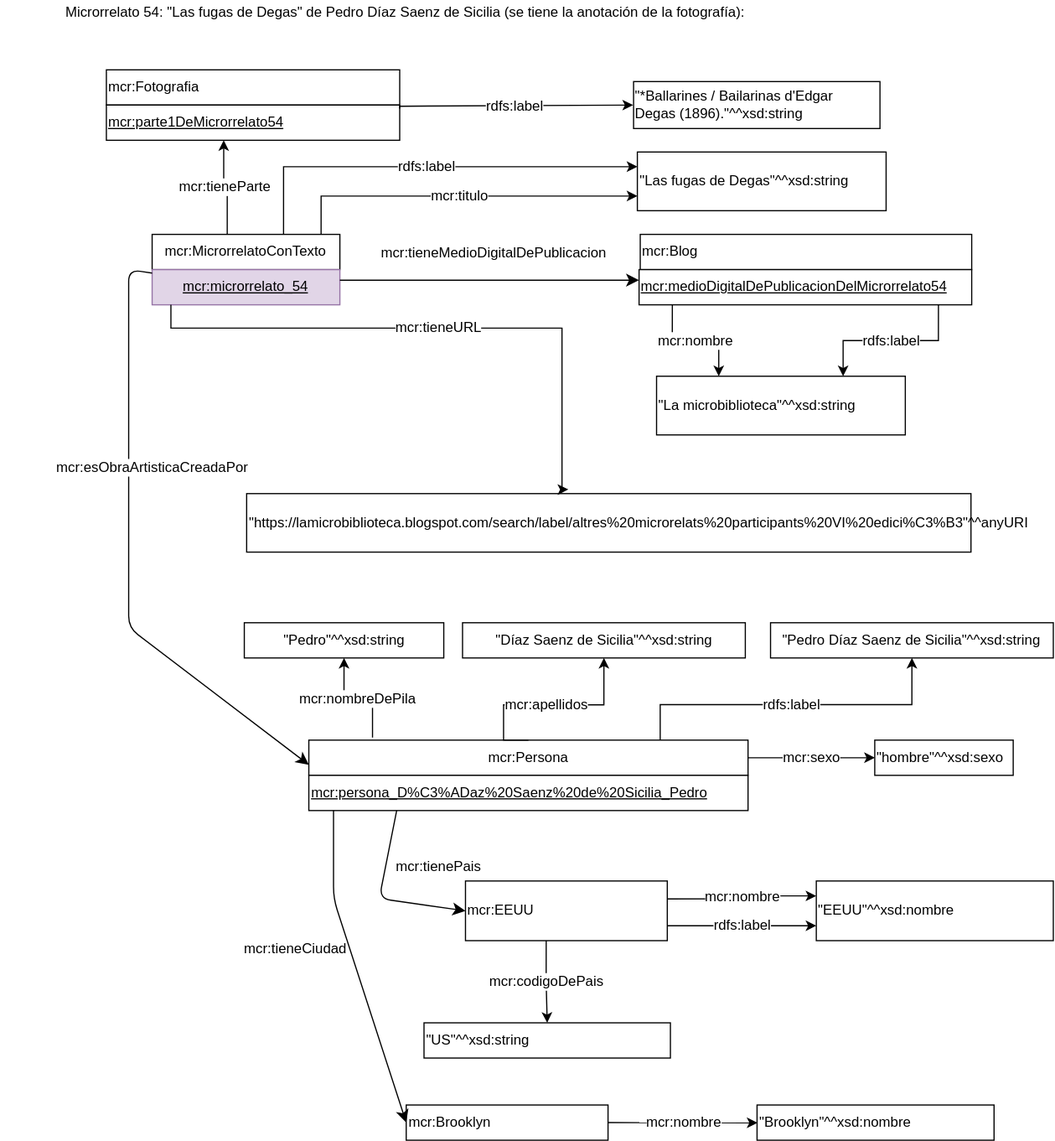
Before: microrrelato_054.svg, a diagram exported from draw.io (marianofl1971/microrrelatos). Source tidied: cells renumbered, new cells last; positions are measured from the earlier drawing's top-left corner, leaving out a move shared by most shapes. Source of this version:
```xml
<mxGraphModel>
  <root>
    <mxCell id="0" />
    <mxCell id="1" parent="0" />
    <mxCell id="2" value="mcr:MicrorrelatoConTexto" style="rounded=0;whiteSpace=wrap;html=1;snapToPoint=1;points=[[0.1,0],[0.2,0],[0.3,0],[0.4,0],[0.5,0],[0.6,0],[0.7,0],[0.8,0],[0.9,0],[0,0.1],[0,0.3],[0,0.5],[0,0.7],[0,0.9],[0.1,1],[0.2,1],[0.3,1],[0.4,1],[0.5,1],[0.6,1],[0.7,1],[0.8,1],[0.9,1],[1,0.1],[1,0.3],[1,0.5],[1,0.7],[1,0.9]];fontSize=12;" parent="1" vertex="1">
      <mxGeometry x="129.1" y="199.2" width="160" height="30" as="geometry" />
    </mxCell>
    <mxCell id="3" value="mcr:microrrelato_54" style="rounded=0;whiteSpace=wrap;html=1;snapToPoint=1;points=[[0.1,0],[0.2,0],[0.3,0],[0.4,0],[0.5,0],[0.6,0],[0.7,0],[0.8,0],[0.9,0],[0,0.1],[0,0.3],[0,0.5],[0,0.7],[0,0.9],[0.1,1],[0.2,1],[0.3,1],[0.4,1],[0.5,1],[0.6,1],[0.7,1],[0.8,1],[0.9,1],[1,0.1],[1,0.3],[1,0.5],[1,0.7],[1,0.9]];fontStyle=4;fontSize=12;fillColor=#e1d5e7;strokeColor=#9673a6;" parent="1" vertex="1">
      <mxGeometry x="129.1" y="229.2" width="160" height="30" as="geometry" />
    </mxCell>
    <mxCell id="4" value="mcr:Persona" style="rounded=0;whiteSpace=wrap;html=1;snapToPoint=1;points=[[0.1,0],[0.2,0],[0.3,0],[0.4,0],[0.5,0],[0.6,0],[0.7,0],[0.8,0],[0.9,0],[0,0.1],[0,0.3],[0,0.5],[0,0.7],[0,0.9],[0.1,1],[0.2,1],[0.3,1],[0.4,1],[0.5,1],[0.6,1],[0.7,1],[0.8,1],[0.9,1],[1,0.1],[1,0.3],[1,0.5],[1,0.7],[1,0.9]];fontSize=12;" parent="1" vertex="1">
      <mxGeometry x="262.6" y="630" width="374.3" height="30" as="geometry" />
    </mxCell>
    <mxCell id="5" value="mcr:persona_D%C3%ADaz%20Saenz%20de%20Sicilia_Pedro" style="rounded=0;whiteSpace=wrap;html=1;snapToPoint=1;points=[[0.1,0],[0.2,0],[0.3,0],[0.4,0],[0.5,0],[0.6,0],[0.7,0],[0.8,0],[0.9,0],[0,0.1],[0,0.3],[0,0.5],[0,0.7],[0,0.9],[0.1,1],[0.2,1],[0.3,1],[0.4,1],[0.5,1],[0.6,1],[0.7,1],[0.8,1],[0.9,1],[1,0.1],[1,0.3],[1,0.5],[1,0.7],[1,0.9]];fontStyle=4;fontSize=12;align=left;" parent="1" vertex="1">
      <mxGeometry x="262.6" y="660" width="374.3" height="30" as="geometry" />
    </mxCell>
    <mxCell id="6" style="endArrow=classic;html=1;exitX=0;exitY=0.1;exitDx=0;exitDy=0;entryX=0;entryY=0.7;entryDx=0;entryDy=0;endSize=8;fontSize=12;" parent="1" edge="1" source="3" target="4">
      <mxGeometry relative="1" as="geometry">
        <Array as="points">
          <mxPoint x="109.1" y="229.2" />
          <mxPoint x="109.1" y="534.2" />
        </Array>
      </mxGeometry>
    </mxCell>
    <mxCell id="7" value="mcr:esObraArtisticaCreadaPor" style="text;html=1;align=center;verticalAlign=middle;labelBackgroundColor=#ffffff;fontSize=12;" parent="6" vertex="1">
      <mxGeometry x="-0.13" relative="1" as="geometry">
        <mxPoint x="19.6" y="-37.2" as="offset" />
      </mxGeometry>
    </mxCell>
    <mxCell id="8" value="&quot;Pedro&quot;^^xsd:string" style="rounded=0;whiteSpace=wrap;html=1;snapToPoint=1;fontSize=12;" parent="1" vertex="1">
      <mxGeometry x="207.6" y="530" width="170" height="30" as="geometry" />
    </mxCell>
    <mxCell id="9" value="&quot;Díaz Saenz de Sicilia&quot;^^xsd:string" style="rounded=0;whiteSpace=wrap;html=1;snapToPoint=1;fontSize=12;" parent="1" vertex="1">
      <mxGeometry x="393.6" y="530" width="241" height="30" as="geometry" />
    </mxCell>
    <mxCell id="10" value="mcr:apellidos" style="edgeStyle=orthogonalEdgeStyle;rounded=0;jettySize=auto;html=1;fontSize=12;entryX=0.5;entryY=1;entryDx=0;entryDy=0;exitX=0.5;exitY=0;exitDx=0;exitDy=0;" parent="1" edge="1" source="4" target="9">
      <mxGeometry relative="1" as="geometry">
        <Array as="points">
          <mxPoint x="428.6" y="600" />
          <mxPoint x="514.6" y="600" />
        </Array>
      </mxGeometry>
    </mxCell>
    <mxCell id="11" value="mcr:&lt;span&gt;Blog&lt;/span&gt;" style="rounded=0;whiteSpace=wrap;html=1;fontSize=12;align=left;" parent="1" vertex="1">
      <mxGeometry x="545.1" y="199.2" width="282.5" height="30" as="geometry" />
    </mxCell>
    <mxCell id="12" style="endArrow=classic;html=1;exitX=1;exitY=0.3;exitDx=0;exitDy=0;entryX=0;entryY=0.3;entryDx=0;entryDy=0;endSize=8;fontSize=12;" parent="1" edge="1" source="3" target="16">
      <mxGeometry relative="1" as="geometry" />
    </mxCell>
    <mxCell id="13" value="mcr:tieneMedioDigitalDePublicacion" style="text;html=1;align=center;verticalAlign=middle;labelBackgroundColor=#ffffff;fontSize=12;" parent="12" vertex="1">
      <mxGeometry x="-0.13" relative="1" as="geometry">
        <mxPoint x="19.6" y="-24" as="offset" />
      </mxGeometry>
    </mxCell>
    <mxCell id="14" value="&quot;hombre&quot;^^xsd:sexo" style="rounded=0;whiteSpace=wrap;html=1;snapToPoint=1;fontSize=12;align=left;" parent="1" vertex="1">
      <mxGeometry x="745" y="630" width="118" height="30" as="geometry" />
    </mxCell>
    <mxCell id="15" value="mcr:sexo" style="edgeStyle=orthogonalEdgeStyle;rounded=0;jettySize=auto;html=1;exitX=1;exitY=0.5;exitDx=0;exitDy=0;fontSize=12;" parent="1" edge="1" source="4" target="14">
      <mxGeometry relative="1" as="geometry" />
    </mxCell>
    <mxCell id="16" value="&lt;u style=&quot;font-size: 12px&quot;&gt;mcr:medioDigitalDePublicacionDelMicrorrelato54&lt;/u&gt;" style="rounded=0;whiteSpace=wrap;html=1;snapToPoint=1;points=[[0.1,0],[0.2,0],[0.3,0],[0.4,0],[0.5,0],[0.6,0],[0.7,0],[0.8,0],[0.9,0],[0,0.1],[0,0.3],[0,0.5],[0,0.7],[0,0.9],[0.1,1],[0.2,1],[0.3,1],[0.4,1],[0.5,1],[0.6,1],[0.7,1],[0.8,1],[0.9,1],[1,0.1],[1,0.3],[1,0.5],[1,0.7],[1,0.9]];fontSize=12;align=left;" parent="1" vertex="1">
      <mxGeometry x="544.1" y="229.2" width="283.5" height="30" as="geometry" />
    </mxCell>
    <mxCell id="17" value="&quot;&lt;a href=&quot;https://lamicrobiblioteca.blogspot.com/search/label/altres%20microrelats%20participants%20VI%20edici%C3%B3&quot; target=&quot;_blank&quot;&gt;https://lamicrobiblioteca.blogspot.com/search/label/altres%20microrelats%20participants%20VI%20edici%C3%B3&lt;/a&gt;&quot;^^anyURI" style="rounded=0;whiteSpace=wrap;html=1;snapToPoint=1;fontSize=12;align=left;fontStyle=0;" parent="1" vertex="1">
      <mxGeometry x="209.6" y="420" width="617.3" height="49.8" as="geometry" />
    </mxCell>
    <mxCell id="18" value="mcr:tieneURL" style="edgeStyle=orthogonalEdgeStyle;rounded=0;jettySize=auto;html=1;exitX=0.1;exitY=1;exitDx=0;exitDy=0;fontSize=12;entryX=0.444;entryY=-0.071;entryDx=0;entryDy=0;entryPerimeter=0;" parent="1" edge="1" source="3" target="17">
      <mxGeometry relative="1" as="geometry">
        <Array as="points">
          <mxPoint x="145.4" y="279" />
          <mxPoint x="478.4" y="279" />
        </Array>
      </mxGeometry>
    </mxCell>
    <mxCell id="19" value="mcr:EEUU" style="rounded=0;whiteSpace=wrap;html=1;snapToPoint=1;points=[[0.1,0],[0.2,0],[0.3,0],[0.4,0],[0.5,0],[0.6,0],[0.7,0],[0.8,0],[0.9,0],[0,0.1],[0,0.3],[0,0.5],[0,0.7],[0,0.9],[0.1,1],[0.2,1],[0.3,1],[0.4,1],[0.5,1],[0.6,1],[0.7,1],[0.8,1],[0.9,1],[1,0.1],[1,0.3],[1,0.5],[1,0.7],[1,0.9]];fontSize=12;align=left;" parent="1" vertex="1">
      <mxGeometry x="396.1" y="750" width="172" height="50.8" as="geometry" />
    </mxCell>
    <mxCell id="20" style="endArrow=classic;html=1;entryX=0;entryY=0.5;entryDx=0;entryDy=0;endSize=8;fontSize=12;exitX=0.2;exitY=1;exitDx=0;exitDy=0;" parent="1" edge="1" source="5" target="19">
      <mxGeometry relative="1" as="geometry">
        <Array as="points">
          <mxPoint x="322.6" y="765" />
        </Array>
      </mxGeometry>
    </mxCell>
    <mxCell id="21" value="mcr:tienePais" style="text;html=1;align=center;verticalAlign=middle;labelBackgroundColor=#ffffff;fontSize=12;" parent="20" vertex="1">
      <mxGeometry x="-0.13" relative="1" as="geometry">
        <mxPoint x="47.3" y="-17.2" as="offset" />
      </mxGeometry>
    </mxCell>
    <mxCell id="22" value="&quot;EEUU&quot;^^xsd:nombre" style="rounded=0;whiteSpace=wrap;html=1;snapToPoint=1;fontSize=12;align=left;" parent="1" vertex="1">
      <mxGeometry x="695.1" y="750" width="202" height="50.8" as="geometry" />
    </mxCell>
    <mxCell id="23" value="mcr:nombre" style="edgeStyle=orthogonalEdgeStyle;rounded=0;jettySize=auto;html=1;exitX=1;exitY=0.3;exitDx=0;exitDy=0;fontSize=12;entryX=0;entryY=0.25;entryDx=0;entryDy=0;" parent="1" edge="1" source="19" target="22">
      <mxGeometry relative="1" as="geometry" />
    </mxCell>
    <mxCell id="24" value="mcr:Fotografia" style="rounded=0;whiteSpace=wrap;html=1;fontSize=12;align=left;" parent="1" vertex="1">
      <mxGeometry x="90.1" y="59" width="250" height="30" as="geometry" />
    </mxCell>
    <mxCell id="25" value="mcr:parte1DeMicrorrelato54" style="rounded=0;whiteSpace=wrap;html=1;snapToPoint=1;points=[[0.1,0],[0.2,0],[0.3,0],[0.4,0],[0.5,0],[0.6,0],[0.7,0],[0.8,0],[0.9,0],[0,0.1],[0,0.3],[0,0.5],[0,0.7],[0,0.9],[0.1,1],[0.2,1],[0.3,1],[0.4,1],[0.5,1],[0.6,1],[0.7,1],[0.8,1],[0.9,1],[1,0.1],[1,0.3],[1,0.5],[1,0.7],[1,0.9]];fontSize=12;align=left;fontStyle=4;" parent="1" vertex="1">
      <mxGeometry x="90.1" y="89" width="250" height="30" as="geometry" />
    </mxCell>
    <mxCell id="26" value="&quot;&lt;span&gt;Las fugas de Degas&lt;/span&gt;&quot;^^xsd:string" style="rounded=0;whiteSpace=wrap;html=1;snapToPoint=1;fontSize=12;align=left;" parent="1" vertex="1">
      <mxGeometry x="542.6" y="129" width="212" height="50" as="geometry" />
    </mxCell>
    <mxCell id="27" value="mcr:titulo" style="edgeStyle=orthogonalEdgeStyle;rounded=0;jettySize=auto;html=1;exitX=0.9;exitY=0;exitDx=0;exitDy=0;fontSize=12;entryX=0;entryY=0.75;entryDx=0;entryDy=0;" parent="1" edge="1" source="2" target="26">
      <mxGeometry relative="1" as="geometry" />
    </mxCell>
    <mxCell id="28" value="mcr:tieneParte" style="edgeStyle=orthogonalEdgeStyle;rounded=0;jettySize=auto;html=1;exitX=0.4;exitY=0;exitDx=0;exitDy=0;fontSize=12;entryX=0.4;entryY=1;entryDx=0;entryDy=0;" parent="1" edge="1" source="2" target="25">
      <mxGeometry relative="1" as="geometry" />
    </mxCell>
    <mxCell id="29" value="mcr:nombreDePila" style="edgeStyle=orthogonalEdgeStyle;rounded=0;jettySize=auto;html=1;exitX=0.145;exitY=-0.071;exitDx=0;exitDy=0;fontSize=12;exitPerimeter=0;entryX=0.5;entryY=1;entryDx=0;entryDy=0;" parent="1" edge="1" source="4" target="8">
      <mxGeometry relative="1" as="geometry" />
    </mxCell>
    <mxCell id="30" value="&quot;&lt;span&gt;*Ballarines /&amp;nbsp;Bailarinas&amp;nbsp;d'Edgar Degas&amp;nbsp;(1896).&lt;/span&gt;&lt;span&gt;&lt;/span&gt;&quot;^^xsd:string" style="rounded=0;whiteSpace=wrap;html=1;snapToPoint=1;fontSize=12;align=left;" parent="1" vertex="1">
      <mxGeometry x="539.4" y="69" width="210" height="40" as="geometry" />
    </mxCell>
    <mxCell id="31" value="rdfs:label" style="edgeStyle=orthogonalEdgeStyle;rounded=0;jettySize=auto;html=1;fontSize=12;exitX=1;exitY=0.1;exitDx=0;exitDy=0;" parent="1" edge="1" source="25" target="30">
      <mxGeometry relative="1" as="geometry">
        <Array as="points">
          <mxPoint x="340.4" y="90" />
        </Array>
      </mxGeometry>
    </mxCell>
    <mxCell id="32" value="&quot;US&quot;^^xsd:string" style="rounded=0;whiteSpace=wrap;html=1;snapToPoint=1;fontSize=12;align=left;" parent="1" vertex="1">
      <mxGeometry x="360.8" y="870.8" width="210" height="30" as="geometry" />
    </mxCell>
    <mxCell id="33" value="mcr:codigoDePais" style="edgeStyle=orthogonalEdgeStyle;rounded=0;jettySize=auto;html=1;fontSize=12;entryX=0.5;entryY=0;entryDx=0;entryDy=0;exitX=0.4;exitY=1;exitDx=0;exitDy=0;" parent="1" edge="1" source="19" target="32">
      <mxGeometry relative="1" as="geometry" />
    </mxCell>
    <mxCell id="34" value="rdfs:label" style="edgeStyle=orthogonalEdgeStyle;rounded=0;jettySize=auto;html=1;exitX=0.7;exitY=0;exitDx=0;exitDy=0;fontSize=12;entryX=0;entryY=0.25;entryDx=0;entryDy=0;" parent="1" edge="1" source="2" target="26">
      <mxGeometry relative="1" as="geometry">
        <Array as="points">
          <mxPoint x="241.4" y="142" />
        </Array>
      </mxGeometry>
    </mxCell>
    <mxCell id="35" value="mcr:&lt;span&gt;Brooklyn&lt;/span&gt;" style="rounded=0;whiteSpace=wrap;html=1;snapToPoint=1;points=[[0.1,0],[0.2,0],[0.3,0],[0.4,0],[0.5,0],[0.6,0],[0.7,0],[0.8,0],[0.9,0],[0,0.1],[0,0.3],[0,0.5],[0,0.7],[0,0.9],[0.1,1],[0.2,1],[0.3,1],[0.4,1],[0.5,1],[0.6,1],[0.7,1],[0.8,1],[0.9,1],[1,0.1],[1,0.3],[1,0.5],[1,0.7],[1,0.9]];fontSize=12;align=left;" parent="1" vertex="1">
      <mxGeometry x="345.6" y="940.8" width="172" height="30" as="geometry" />
    </mxCell>
    <mxCell id="36" value="&quot;&lt;span&gt;Brooklyn&lt;/span&gt;&quot;^^xsd:nombre" style="rounded=0;whiteSpace=wrap;html=1;snapToPoint=1;fontSize=12;align=left;" parent="1" vertex="1">
      <mxGeometry x="644.6" y="940.8" width="202" height="30" as="geometry" />
    </mxCell>
    <mxCell id="37" value="mcr:nombre" style="edgeStyle=orthogonalEdgeStyle;rounded=0;jettySize=auto;html=1;exitX=1;exitY=0.5;exitDx=0;exitDy=0;fontSize=12;" parent="1" edge="1" source="35" target="36">
      <mxGeometry relative="1" as="geometry" />
    </mxCell>
    <mxCell id="38" style="endArrow=classic;html=1;exitX=0.1;exitY=1;exitDx=0;exitDy=0;entryX=0;entryY=0.5;entryDx=0;entryDy=0;endSize=8;fontSize=12;" parent="1" edge="1" target="35">
      <mxGeometry relative="1" as="geometry">
        <mxPoint x="283.7" y="690" as="sourcePoint" />
        <Array as="points">
          <mxPoint x="283.7" y="765" />
        </Array>
      </mxGeometry>
    </mxCell>
    <mxCell id="39" value="mcr:tieneCiudad" style="text;html=1;align=center;verticalAlign=middle;labelBackgroundColor=#ffffff;fontSize=12;" parent="38" vertex="1">
      <mxGeometry x="-0.13" relative="1" as="geometry">
        <mxPoint x="-47.3" y="-0.4" as="offset" />
      </mxGeometry>
    </mxCell>
    <mxCell id="40" value="Microrrelato 54: &quot;Las fugas de Degas&quot; de Pedro Díaz Saenz de Sicilia (se tiene la anotación de la fotografía):" style="text;html=1;strokeColor=none;fillColor=none;align=center;verticalAlign=middle;whiteSpace=wrap;rounded=0;fontSize=12;" parent="1" vertex="1">
      <mxGeometry width="690" height="20" as="geometry" />
    </mxCell>
    <mxCell id="41" value="&quot;Pedro Díaz Saenz de Sicilia&quot;^^xsd:string" style="rounded=0;whiteSpace=wrap;html=1;snapToPoint=1;fontSize=12;" parent="1" vertex="1">
      <mxGeometry x="656.1" y="530" width="241" height="30" as="geometry" />
    </mxCell>
    <mxCell id="42" value="rdfs:label" style="edgeStyle=orthogonalEdgeStyle;rounded=0;jettySize=auto;html=1;fontSize=12;entryX=0.5;entryY=1;entryDx=0;entryDy=0;exitX=0.8;exitY=0;exitDx=0;exitDy=0;" parent="1" edge="1" source="4" target="41">
      <mxGeometry relative="1" as="geometry">
        <Array as="points">
          <mxPoint x="562.5" y="599.8" />
          <mxPoint x="776.5" y="599.8" />
        </Array>
      </mxGeometry>
    </mxCell>
    <mxCell id="43" value="rdfs:label" style="edgeStyle=orthogonalEdgeStyle;rounded=0;jettySize=auto;html=1;exitX=1;exitY=0.75;exitDx=0;exitDy=0;fontSize=12;entryX=0;entryY=0.75;entryDx=0;entryDy=0;exitPerimeter=0;" parent="1" edge="1" source="19" target="22">
      <mxGeometry relative="1" as="geometry" />
    </mxCell>
    <mxCell id="44" value="&quot;La microbiblioteca&lt;span&gt;&lt;/span&gt;&quot;^^xsd:string" style="rounded=0;whiteSpace=wrap;html=1;snapToPoint=1;fontSize=12;align=left;" parent="1" vertex="1">
      <mxGeometry x="559" y="320" width="212" height="50" as="geometry" />
    </mxCell>
    <mxCell id="45" value="mcr:nombre" style="edgeStyle=orthogonalEdgeStyle;rounded=0;jettySize=auto;html=1;exitX=0.1;exitY=1;exitDx=0;exitDy=0;fontSize=12;entryX=0.25;entryY=0;entryDx=0;entryDy=0;" parent="1" edge="1" source="16" target="44">
      <mxGeometry relative="1" as="geometry" />
    </mxCell>
    <mxCell id="46" value="rdfs:label" style="edgeStyle=orthogonalEdgeStyle;rounded=0;jettySize=auto;html=1;exitX=0.9;exitY=1;exitDx=0;exitDy=0;fontSize=12;entryX=0.75;entryY=0;entryDx=0;entryDy=0;" parent="1" edge="1" source="16" target="44">
      <mxGeometry relative="1" as="geometry" />
    </mxCell>
  </root>
</mxGraphModel>
```
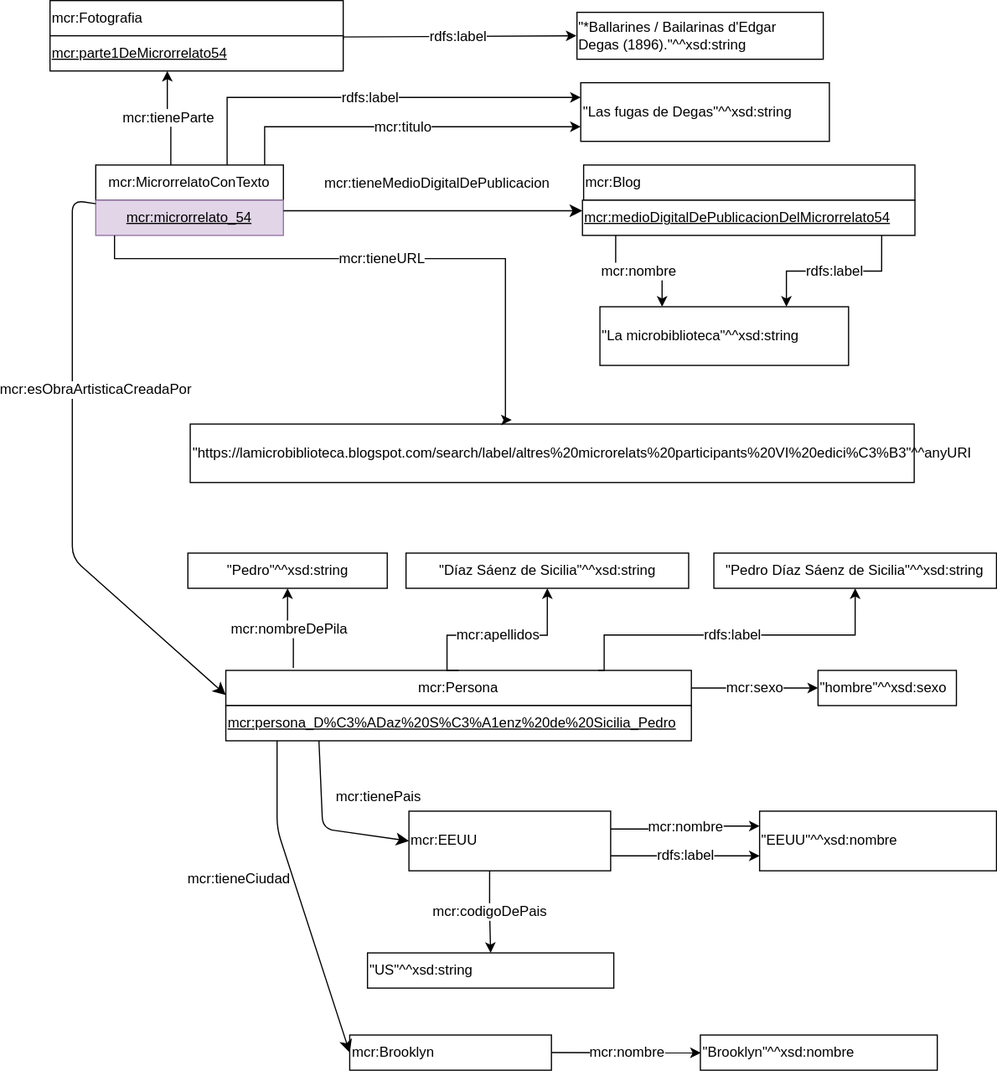
The same file after the commit.

The edit, as a diff of the source:
```diff
@@ -9,10 +9,10 @@
       <mxGeometry x="129.1" y="229.2" width="160" height="30" as="geometry" />
     </mxCell>
     <mxCell id="4" value="mcr:Persona" style="rounded=0;whiteSpace=wrap;html=1;snapToPoint=1;points=[[0.1,0],[0.2,0],[0.3,0],[0.4,0],[0.5,0],[0.6,0],[0.7,0],[0.8,0],[0.9,0],[0,0.1],[0,0.3],[0,0.5],[0,0.7],[0,0.9],[0.1,1],[0.2,1],[0.3,1],[0.4,1],[0.5,1],[0.6,1],[0.7,1],[0.8,1],[0.9,1],[1,0.1],[1,0.3],[1,0.5],[1,0.7],[1,0.9]];fontSize=12;" parent="1" vertex="1">
-      <mxGeometry x="262.6" y="630" width="374.3" height="30" as="geometry" />
+      <mxGeometry x="240" y="630" width="397" height="30" as="geometry" />
     </mxCell>
-    <mxCell id="5" value="mcr:persona_D%C3%ADaz%20Saenz%20de%20Sicilia_Pedro" style="rounded=0;whiteSpace=wrap;html=1;snapToPoint=1;points=[[0.1,0],[0.2,0],[0.3,0],[0.4,0],[0.5,0],[0.6,0],[0.7,0],[0.8,0],[0.9,0],[0,0.1],[0,0.3],[0,0.5],[0,0.7],[0,0.9],[0.1,1],[0.2,1],[0.3,1],[0.4,1],[0.5,1],[0.6,1],[0.7,1],[0.8,1],[0.9,1],[1,0.1],[1,0.3],[1,0.5],[1,0.7],[1,0.9]];fontStyle=4;fontSize=12;align=left;" parent="1" vertex="1">
-      <mxGeometry x="262.6" y="660" width="374.3" height="30" as="geometry" />
+    <mxCell id="5" value="mcr:persona_D%C3%ADaz%20S%C3%A1enz%20de%20Sicilia_Pedro" style="rounded=0;whiteSpace=wrap;html=1;snapToPoint=1;points=[[0.1,0],[0.2,0],[0.3,0],[0.4,0],[0.5,0],[0.6,0],[0.7,0],[0.8,0],[0.9,0],[0,0.1],[0,0.3],[0,0.5],[0,0.7],[0,0.9],[0.1,1],[0.2,1],[0.3,1],[0.4,1],[0.5,1],[0.6,1],[0.7,1],[0.8,1],[0.9,1],[1,0.1],[1,0.3],[1,0.5],[1,0.7],[1,0.9]];fontStyle=4;fontSize=12;align=left;" parent="1" vertex="1">
+      <mxGeometry x="240" y="660" width="397" height="30" as="geometry" />
     </mxCell>
     <mxCell id="6" style="endArrow=classic;html=1;exitX=0;exitY=0.1;exitDx=0;exitDy=0;entryX=0;entryY=0.7;entryDx=0;entryDy=0;endSize=8;fontSize=12;" parent="1" edge="1" source="3" target="4">
       <mxGeometry relative="1" as="geometry">
@@ -30,7 +30,7 @@
     <mxCell id="8" value="&quot;Pedro&quot;^^xsd:string" style="rounded=0;whiteSpace=wrap;html=1;snapToPoint=1;fontSize=12;" parent="1" vertex="1">
       <mxGeometry x="207.6" y="530" width="170" height="30" as="geometry" />
     </mxCell>
-    <mxCell id="9" value="&quot;Díaz Saenz de Sicilia&quot;^^xsd:string" style="rounded=0;whiteSpace=wrap;html=1;snapToPoint=1;fontSize=12;" parent="1" vertex="1">
+    <mxCell id="9" value="&quot;Díaz Sáenz de Sicilia&quot;^^xsd:string" style="rounded=0;whiteSpace=wrap;html=1;snapToPoint=1;fontSize=12;" parent="1" vertex="1">
       <mxGeometry x="393.6" y="530" width="241" height="30" as="geometry" />
     </mxCell>
     <mxCell id="10" value="mcr:apellidos" style="edgeStyle=orthogonalEdgeStyle;rounded=0;jettySize=auto;html=1;fontSize=12;entryX=0.5;entryY=1;entryDx=0;entryDy=0;exitX=0.5;exitY=0;exitDx=0;exitDy=0;" parent="1" edge="1" source="4" target="9">
@@ -156,10 +156,7 @@
         <mxPoint x="-47.3" y="-0.4" as="offset" />
       </mxGeometry>
     </mxCell>
-    <mxCell id="40" value="Microrrelato 54: &quot;Las fugas de Degas&quot; de Pedro Díaz Saenz de Sicilia (se tiene la anotación de la fotografía):" style="text;html=1;strokeColor=none;fillColor=none;align=center;verticalAlign=middle;whiteSpace=wrap;rounded=0;fontSize=12;" parent="1" vertex="1">
-      <mxGeometry width="690" height="20" as="geometry" />
-    </mxCell>
-    <mxCell id="41" value="&quot;Pedro Díaz Saenz de Sicilia&quot;^^xsd:string" style="rounded=0;whiteSpace=wrap;html=1;snapToPoint=1;fontSize=12;" parent="1" vertex="1">
+    <mxCell id="41" value="&quot;Pedro Díaz Sáenz de Sicilia&quot;^^xsd:string" style="rounded=0;whiteSpace=wrap;html=1;snapToPoint=1;fontSize=12;" parent="1" vertex="1">
       <mxGeometry x="656.1" y="530" width="241" height="30" as="geometry" />
     </mxCell>
     <mxCell id="42" value="rdfs:label" style="edgeStyle=orthogonalEdgeStyle;rounded=0;jettySize=auto;html=1;fontSize=12;entryX=0.5;entryY=1;entryDx=0;entryDy=0;exitX=0.8;exitY=0;exitDx=0;exitDy=0;" parent="1" edge="1" source="4" target="41">
```
